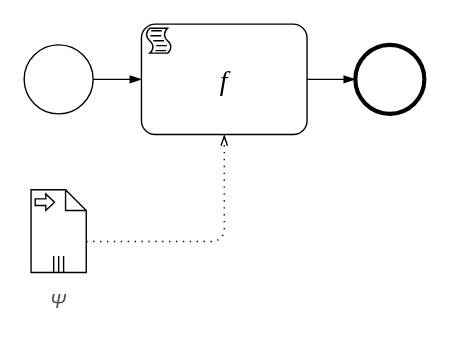
Earlier version of the draw.io diagram page "action" (1 of 5) of doc/Paper_BPMN_flow_seq.drawio (miguel76/know-flow). Source tidied: cells renumbered, new cells numbered last; positions are measured from the earlier drawing's top-left corner, leaving out a move shared by most shapes. Both pictures are drawn from the tidied source at 138%, with x=0, y=0 at pixel (23, 23).
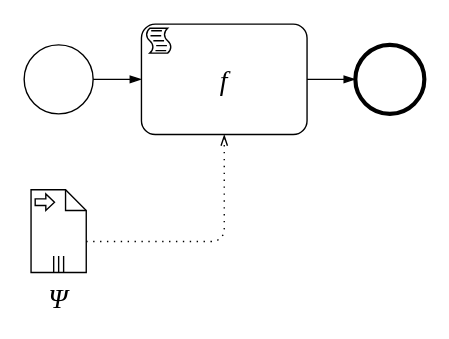
The same page after the edit.

Change to the diagram source:
```diff
@@
 <mxGraphModel>
   <root>
     <mxCell id="0" />
     <mxCell id="1" parent="0" />
-    <mxCell id="2" value="&lt;span style=&quot;color: rgb(77 , 81 , 86) ; font-family: &amp;#34;arial&amp;#34; , sans-serif ; font-size: 14px ; text-align: left ; background-color: rgb(255 , 255 , 255)&quot;&gt;&lt;i&gt;Ψ&lt;/i&gt;&lt;/span&gt;" style="shape=mxgraph.bpmn.data;labelPosition=center;verticalLabelPosition=bottom;align=center;verticalAlign=top;whiteSpace=wrap;size=15;html=1;bpmnTransferType=input;isCollection=1;fontSize=20;" parent="1" vertex="1">
+    <mxCell id="2" value="&lt;span style=&quot;text-align: left ; background-color: rgb(255 , 255 , 255)&quot;&gt;&lt;i&gt;&lt;font style=&quot;font-size: 20px&quot; face=&quot;Times New Roman&quot;&gt;Ψ&lt;/font&gt;&lt;/i&gt;&lt;/span&gt;" style="shape=mxgraph.bpmn.data;labelPosition=center;verticalLabelPosition=bottom;align=center;verticalAlign=top;whiteSpace=wrap;size=15;html=1;bpmnTransferType=input;isCollection=1;fontSize=20;" parent="1" vertex="1">
       <mxGeometry x="5" y="120" width="40" height="60" as="geometry" />
     </mxCell>
     <mxCell id="3" value="f" style="points=[[0.25,0,0],[0.5,0,0],[0.75,0,0],[1,0.25,0],[1,0.5,0],[1,0.75,0],[0.75,1,0],[0.5,1,0],[0.25,1,0],[0,0.75,0],[0,0.5,0],[0,0.25,0]];shape=mxgraph.bpmn.task;whiteSpace=wrap;rectStyle=rounded;size=10;taskMarker=script;fontStyle=2;fontSize=20;fontFamily=Times New Roman;" parent="1" vertex="1">
       <mxGeometry x="85" width="120" height="80" as="geometry" />
     </mxCell>
     <mxCell id="4" style="points=[[0.145,0.145,0],[0.5,0,0],[0.855,0.145,0],[1,0.5,0],[0.855,0.855,0],[0.5,1,0],[0.145,0.855,0],[0,0.5,0]];shape=mxgraph.bpmn.event;html=1;verticalLabelPosition=bottom;labelBackgroundColor=#ffffff;verticalAlign=top;align=center;perimeter=ellipsePerimeter;outlineConnect=0;outline=standard;symbol=general;fontSize=20;" parent="1" vertex="1">
       <mxGeometry y="15" width="50" height="50" as="geometry" />
     </mxCell>
     <mxCell id="5" style="points=[[0.145,0.145,0],[0.5,0,0],[0.855,0.145,0],[1,0.5,0],[0.855,0.855,0],[0.5,1,0],[0.145,0.855,0],[0,0.5,0]];shape=mxgraph.bpmn.event;html=1;verticalLabelPosition=bottom;labelBackgroundColor=#ffffff;verticalAlign=top;align=center;perimeter=ellipsePerimeter;outlineConnect=0;outline=end;symbol=terminate2;fontSize=20;" parent="1" vertex="1">
       <mxGeometry x="240" y="15" width="50" height="50" as="geometry" />
     </mxCell>
     <mxCell id="6" style="edgeStyle=elbowEdgeStyle;fontSize=12;html=1;endArrow=blockThin;endFill=1;exitX=1;exitY=0.5;exitDx=0;exitDy=0;exitPerimeter=0;" parent="1" edge="1" source="3" target="5">
       <mxGeometry relative="1" as="geometry" />
     </mxCell>
     <mxCell id="7" style="edgeStyle=elbowEdgeStyle;fontSize=12;html=1;endArrow=blockThin;endFill=1;exitX=1;exitY=0.5;exitDx=0;exitDy=0;exitPerimeter=0;entryX=0;entryY=0.5;entryDx=0;entryDy=0;entryPerimeter=0;" parent="1" edge="1" source="4" target="3">
       <mxGeometry relative="1" as="geometry">
         <Array as="points">
           <mxPoint x="65" y="40" />
           <mxPoint x="215" y="120" />
           <mxPoint x="245" y="200" />
         </Array>
       </mxGeometry>
     </mxCell>
     <mxCell id="8" style="edgeStyle=elbowEdgeStyle;fontSize=12;html=1;endFill=0;startFill=0;endSize=6;startSize=6;dashed=1;dashPattern=1 4;endArrow=openThin;startArrow=none;exitX=0;exitY=0;exitDx=40;exitDy=37.5;exitPerimeter=0;entryX=0.5;entryY=1;entryDx=0;entryDy=0;entryPerimeter=0;" parent="1" edge="1" source="2" target="3">
       <mxGeometry relative="1" as="geometry">
         <Array as="points">
           <mxPoint x="145" y="140" />
           <mxPoint x="178.5" y="180" />
           <mxPoint x="148.5" y="190" />
           <mxPoint x="178.5" y="240" />
           <mxPoint x="208.5" y="220" />
         </Array>
       </mxGeometry>
     </mxCell>
   </root>
 </mxGraphModel>
```
